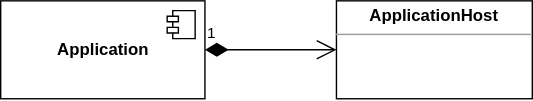
Above: WPFUtilities/Doc/dependency-injection.svg in franck-gaspoz/WPFUtilities (draw.io), before the change. Source tidied: cells renumbered, new cells last; positions are measured from the earlier drawing's top-left corner, leaving out a move shared by most shapes. Source of this version:
```xml
<mxGraphModel>
  <root>
    <mxCell id="0" />
    <mxCell id="1" parent="0" />
    <mxCell id="2" value="&lt;b&gt;Application&lt;/b&gt;" style="html=1;" parent="1" vertex="1">
      <mxGeometry width="146" height="70" as="geometry" />
    </mxCell>
    <mxCell id="3" style="shape=module;jettyWidth=8;jettyHeight=4;" parent="2" vertex="1">
      <mxGeometry x="1" width="20" height="20" relative="1" as="geometry">
        <mxPoint x="-27" y="7" as="offset" />
      </mxGeometry>
    </mxCell>
    <mxCell id="4" value="&lt;p style=&quot;margin: 0px ; margin-top: 4px ; text-align: center&quot;&gt;&lt;b&gt;ApplicationHost&lt;/b&gt;&lt;/p&gt;&lt;hr size=&quot;1&quot;&gt;&lt;div style=&quot;height: 2px&quot;&gt;&lt;/div&gt;" style="verticalAlign=top;align=left;overflow=fill;fontSize=12;fontFamily=Helvetica;html=1;" parent="1" vertex="1">
      <mxGeometry x="240" width="140" height="70" as="geometry" />
    </mxCell>
    <mxCell id="5" value="1" style="endArrow=open;html=1;endSize=12;startArrow=diamondThin;startSize=14;startFill=1;edgeStyle=orthogonalEdgeStyle;align=left;verticalAlign=bottom;rounded=0;exitX=1;exitY=0.5;exitDx=0;exitDy=0;entryX=0;entryY=0.5;entryDx=0;entryDy=0;" parent="1" edge="1" source="2" target="4">
      <mxGeometry x="-1" y="3" relative="1" as="geometry" />
    </mxCell>
  </root>
</mxGraphModel>
```
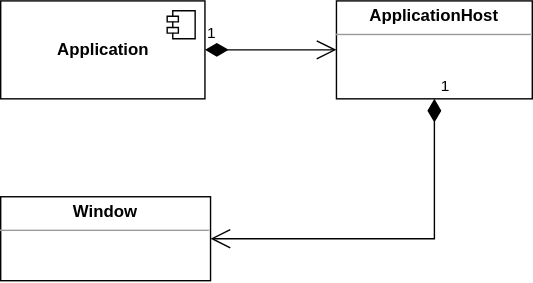
After the commit.

Diff of the diagram source:
```diff
@@ -16,5 +16,11 @@
     <mxCell id="5" value="1" style="endArrow=open;html=1;endSize=12;startArrow=diamondThin;startSize=14;startFill=1;edgeStyle=orthogonalEdgeStyle;align=left;verticalAlign=bottom;rounded=0;exitX=1;exitY=0.5;exitDx=0;exitDy=0;entryX=0;entryY=0.5;entryDx=0;entryDy=0;" parent="1" edge="1" source="2" target="4">
       <mxGeometry x="-1" y="3" relative="1" as="geometry" />
     </mxCell>
+    <mxCell id="6" value="&lt;p style=&quot;margin: 0px ; margin-top: 4px ; text-align: center&quot;&gt;&lt;b&gt;Window&lt;/b&gt;&lt;/p&gt;&lt;hr size=&quot;1&quot;&gt;&lt;div style=&quot;height: 2px&quot;&gt;&lt;/div&gt;" style="verticalAlign=top;align=left;overflow=fill;fontSize=12;fontFamily=Helvetica;html=1;" parent="1" vertex="1">
+      <mxGeometry y="140" width="150" height="60" as="geometry" />
+    </mxCell>
+    <mxCell id="7" value="1" style="endArrow=open;html=1;endSize=12;startArrow=diamondThin;startSize=14;startFill=1;edgeStyle=orthogonalEdgeStyle;align=left;verticalAlign=bottom;rounded=0;entryX=1;entryY=0.5;entryDx=0;entryDy=0;exitX=0.5;exitY=1;exitDx=0;exitDy=0;" parent="1" edge="1" source="4" target="6">
+      <mxGeometry x="-1" y="3" relative="1" as="geometry" />
+    </mxCell>
   </root>
 </mxGraphModel>
```
